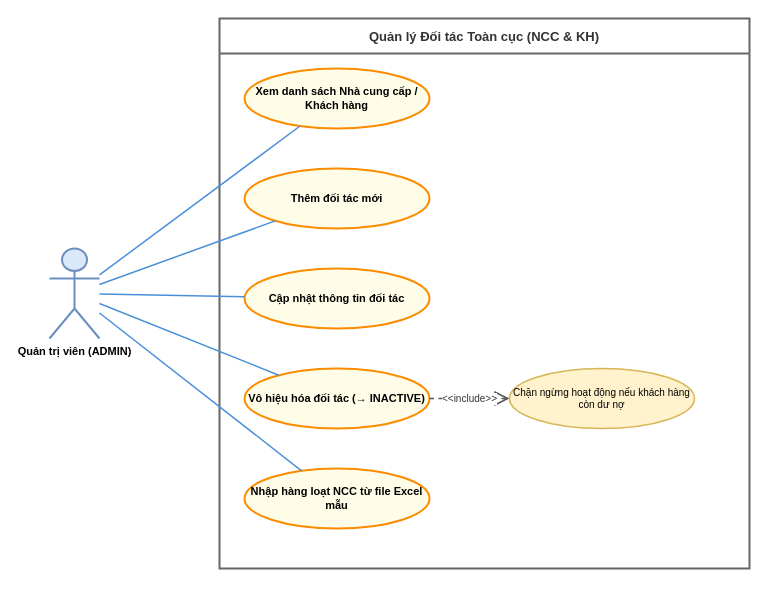
Above: UseCase/ADMIN/13_quan_ly_doi_tac.drawio in Nghiatv2006/KhoHang (draw.io), before the change. Source tidied: cells renumbered, new cells numbered last; positions are measured from the earlier drawing's top-left corner, leaving out a move shared by most shapes. Both pictures are drawn from the tidied source at 100%, with x=0, y=0 at pixel (49, 18).
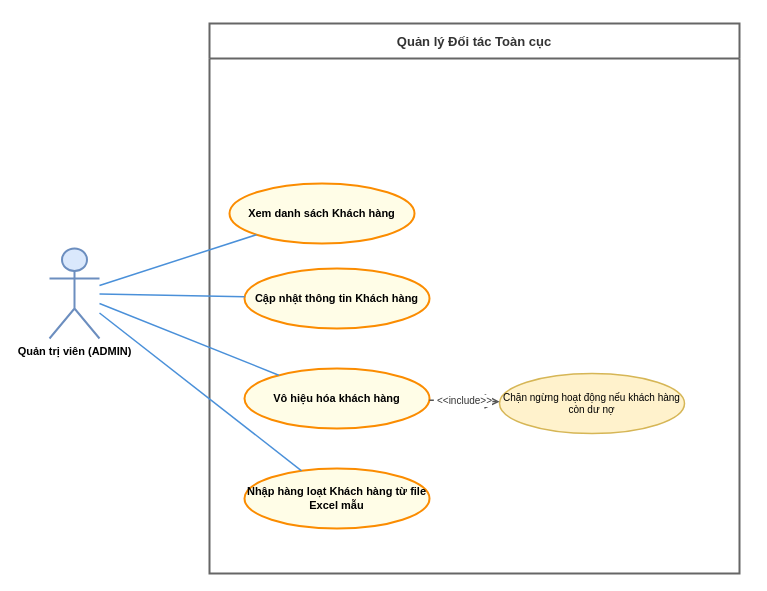
The same page after the edit.

Diff of the diagram source:
```diff
@@
 <mxGraphModel>
   <root>
     <mxCell id="0" />
     <mxCell id="1" parent="0" />
-    <mxCell id="2" value="Quản lý Đối tác Toàn cục (NCC &amp; KH)" style="swimlane;startSize=35;whiteSpace=wrap;html=1;fontStyle=1;fontSize=13;                    fillColor=#f5f5f5;strokeColor=#666666;strokeWidth=2;fontColor=#333333;align=center;" parent="1" vertex="1">
-      <mxGeometry x="170" width="530" height="550" as="geometry" />
+    <mxCell id="2" value="Quản lý Đối tác Toàn cục" style="swimlane;startSize=35;whiteSpace=wrap;html=1;fontStyle=1;fontSize=13;                    fillColor=#f5f5f5;strokeColor=#666666;strokeWidth=2;fontColor=#333333;align=center;" parent="1" vertex="1">
+      <mxGeometry x="160" y="5" width="530" height="550" as="geometry" />
     </mxCell>
     <mxCell id="3" value="Chặn ngừng hoạt động nếu khách hàng còn dư nợ" style="ellipse;whiteSpace=wrap;html=1;fillColor=#fff2cc;strokeColor=#d6b656;strokeWidth=1.5;fontSize=10;align=center;" parent="2" vertex="1">
       <mxGeometry x="290" y="350" width="185" height="60" as="geometry" />
     </mxCell>
+    <mxCell id="5" value="Xem danh sách Khách hàng" style="ellipse;whiteSpace=wrap;html=1;fillColor=#fffde7;strokeColor=#fb8c00;strokeWidth=2;fontStyle=1;fontSize=11;align=center;" parent="2" vertex="1">
+      <mxGeometry x="20" y="160" width="185" height="60" as="geometry" />
+    </mxCell>
     <mxCell id="4" value="Quản trị viên (ADMIN)" style="shape=umlActor;verticalLabelPosition=bottom;verticalAlign=top;html=1;                    outlineConnect=0;fillColor=#dae8fc;strokeColor=#6c8ebf;strokeWidth=2;                    fontColor=#1a1a1a;fontStyle=1;fontSize=11;" parent="1" vertex="1">
       <mxGeometry y="230" width="50" height="90" as="geometry" />
     </mxCell>
-    <mxCell id="5" value="Xem danh sách Nhà cung cấp / Khách hàng" style="ellipse;whiteSpace=wrap;html=1;fillColor=#fffde7;strokeColor=#fb8c00;strokeWidth=2;fontStyle=1;fontSize=11;align=center;" parent="1" vertex="1">
-      <mxGeometry x="195" y="50" width="185" height="60" as="geometry" />
-    </mxCell>
-    <mxCell id="6" value="Thêm đối tác mới" style="ellipse;whiteSpace=wrap;html=1;fillColor=#fffde7;strokeColor=#fb8c00;strokeWidth=2;fontStyle=1;fontSize=11;align=center;" parent="1" vertex="1">
-      <mxGeometry x="195" y="150" width="185" height="60" as="geometry" />
-    </mxCell>
-    <mxCell id="7" value="Cập nhật thông tin đối tác" style="ellipse;whiteSpace=wrap;html=1;fillColor=#fffde7;strokeColor=#fb8c00;strokeWidth=2;fontStyle=1;fontSize=11;align=center;" parent="1" vertex="1">
+    <mxCell id="7" value="Cập nhật thông tin Khách hàng" style="ellipse;whiteSpace=wrap;html=1;fillColor=#fffde7;strokeColor=#fb8c00;strokeWidth=2;fontStyle=1;fontSize=11;align=center;" parent="1" vertex="1">
       <mxGeometry x="195" y="250" width="185" height="60" as="geometry" />
     </mxCell>
-    <mxCell id="8" value="Vô hiệu hóa đối tác (→ INACTIVE)" style="ellipse;whiteSpace=wrap;html=1;fillColor=#fffde7;strokeColor=#fb8c00;strokeWidth=2;fontStyle=1;fontSize=11;align=center;" parent="1" vertex="1">
+    <mxCell id="8" value="Vô hiệu hóa khách hàng" style="ellipse;whiteSpace=wrap;html=1;fillColor=#fffde7;strokeColor=#fb8c00;strokeWidth=2;fontStyle=1;fontSize=11;align=center;" parent="1" vertex="1">
       <mxGeometry x="195" y="350" width="185" height="60" as="geometry" />
     </mxCell>
-    <mxCell id="9" value="Nhập hàng loạt NCC từ file Excel mẫu" style="ellipse;whiteSpace=wrap;html=1;fillColor=#fffde7;strokeColor=#fb8c00;strokeWidth=2;fontStyle=1;fontSize=11;align=center;" parent="1" vertex="1">
+    <mxCell id="9" value="Nhập hàng loạt Khách hàng từ file Excel mẫu" style="ellipse;whiteSpace=wrap;html=1;fillColor=#fffde7;strokeColor=#fb8c00;strokeWidth=2;fontStyle=1;fontSize=11;align=center;" parent="1" vertex="1">
       <mxGeometry x="195" y="450" width="185" height="60" as="geometry" />
     </mxCell>
     <mxCell id="10" style="endArrow=none;html=1;rounded=0;strokeColor=#4a90d9;strokeWidth=1.5;" parent="1" edge="1" source="4" target="5">
       <mxGeometry relative="1" as="geometry" />
     </mxCell>
-    <mxCell id="11" style="endArrow=none;html=1;rounded=0;strokeColor=#4a90d9;strokeWidth=1.5;" parent="1" edge="1" source="4" target="6">
-      <mxGeometry relative="1" as="geometry" />
-    </mxCell>
     <mxCell id="12" style="endArrow=none;html=1;rounded=0;strokeColor=#4a90d9;strokeWidth=1.5;" parent="1" edge="1" source="4" target="7">
       <mxGeometry relative="1" as="geometry" />
     </mxCell>
     <mxCell id="13" style="endArrow=none;html=1;rounded=0;strokeColor=#4a90d9;strokeWidth=1.5;" parent="1" edge="1" source="4" target="8">
       <mxGeometry relative="1" as="geometry" />
     </mxCell>
     <mxCell id="14" style="endArrow=none;html=1;rounded=0;strokeColor=#4a90d9;strokeWidth=1.5;" parent="1" edge="1" source="4" target="9">
       <mxGeometry relative="1" as="geometry" />
     </mxCell>
     <mxCell id="15" value="&amp;lt;&amp;lt;include&amp;gt;&amp;gt;" style="endArrow=open;endSize=12;dashed=1;html=1;rounded=0;strokeColor=#555555;strokeWidth=1.5;labelBackgroundColor=#ffffff;fontColor=#333333;fontSize=10;align=center;" parent="1" edge="1" source="8" target="3">
       <mxGeometry relative="1" as="geometry" />
     </mxCell>
   </root>
 </mxGraphModel>
```
